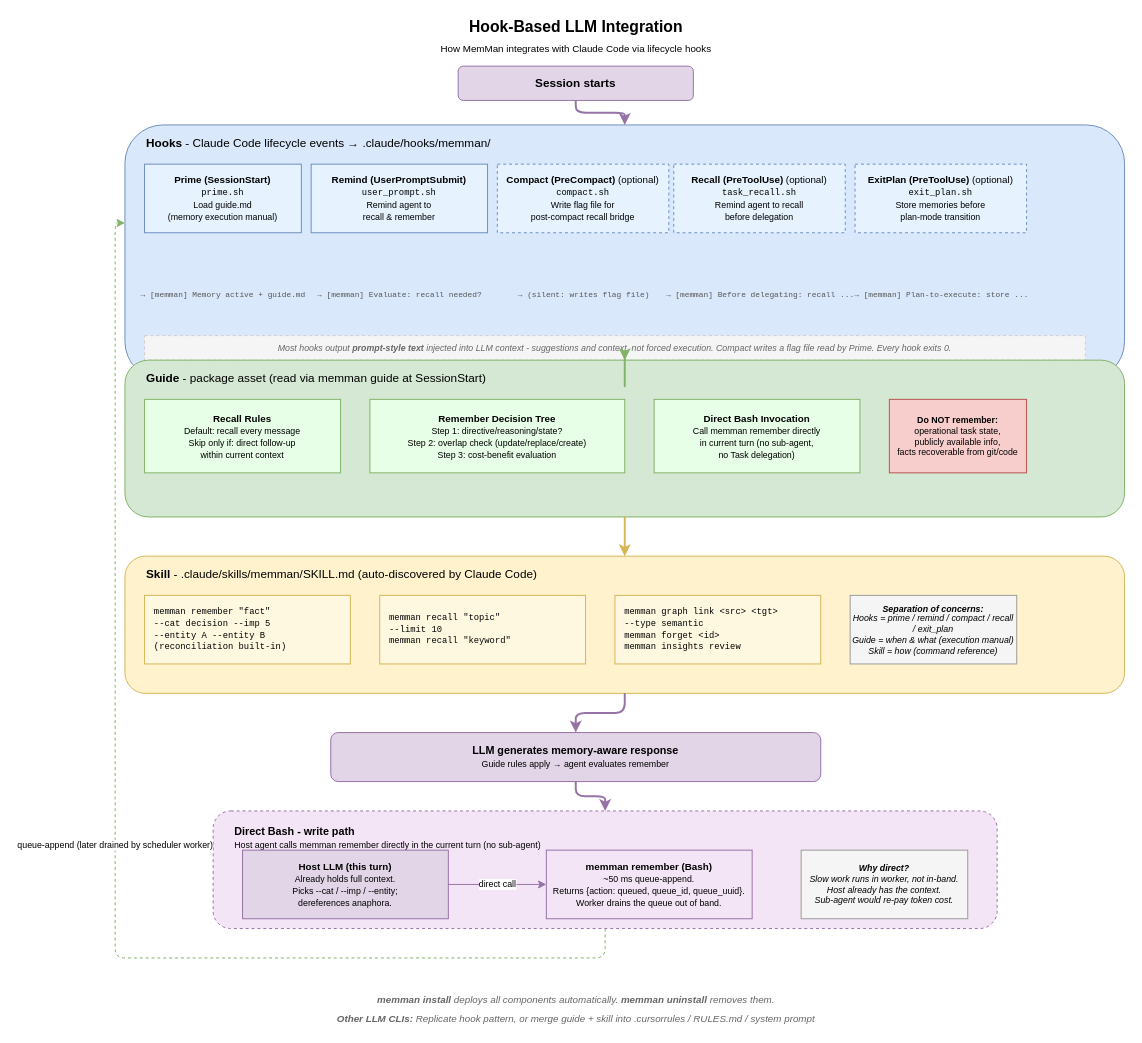
The draw.io diagram docs/diagrams/07-three-layer-integration.drawio in bissli/memman, before the edit. Source tidied: cells renumbered, new cells numbered last; positions are measured from the earlier drawing's top-left corner, leaving out a move shared by most shapes. Both pictures are drawn from the tidied source at 98%, with x=0, y=0 at pixel (115, 17).
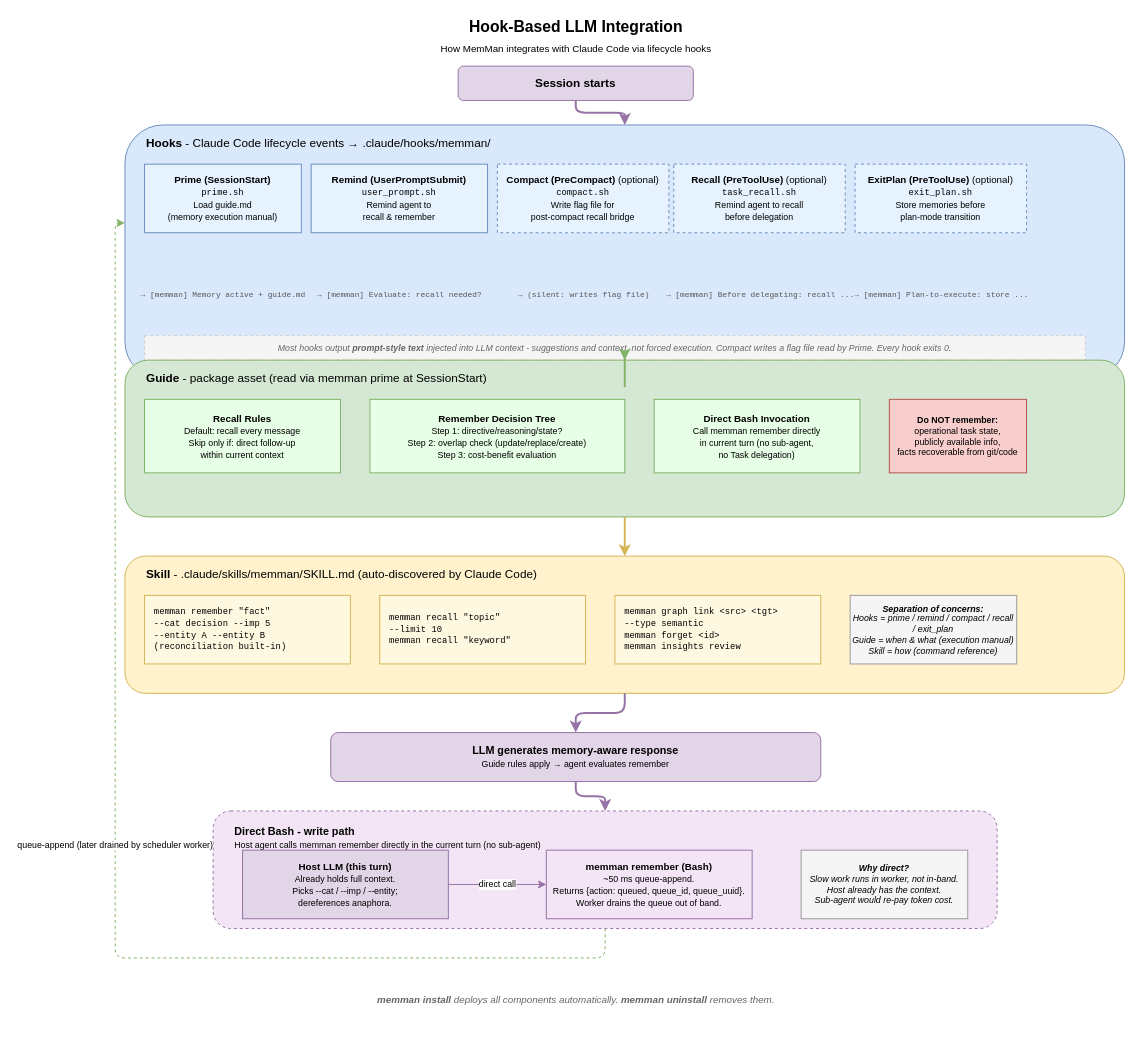
After the change.

Change to the diagram source:
```diff
@@
-    <mxCell id="19" value="&lt;b&gt;Guide&lt;/b&gt; - package asset (read via memman guide at SessionStart)" style="text;html=1;align=left;fontSize=12;fillColor=none;strokeColor=none;" parent="1" vertex="1">
+    <mxCell id="19" value="&lt;b&gt;Guide&lt;/b&gt; - package asset (read via memman prime at SessionStart)" style="text;html=1;align=left;fontSize=12;fillColor=none;strokeColor=none;" parent="1" vertex="1">
       <mxGeometry x="30" y="355" width="500" height="25" as="geometry" />
     </mxCell>
@@
-    <mxCell id="43" value="&lt;b&gt;Other LLM CLIs:&lt;/b&gt; Replicate hook pattern, or merge guide + skill into .cursorrules / RULES.md / system prompt" style="text;html=1;align=center;fontSize=10;fillColor=none;strokeColor=none;fontColor=#666;fontStyle=2;" parent="1" vertex="1">
-      <mxGeometry x="170" y="1010" width="600" height="20" as="geometry" />
-    </mxCell>
```
